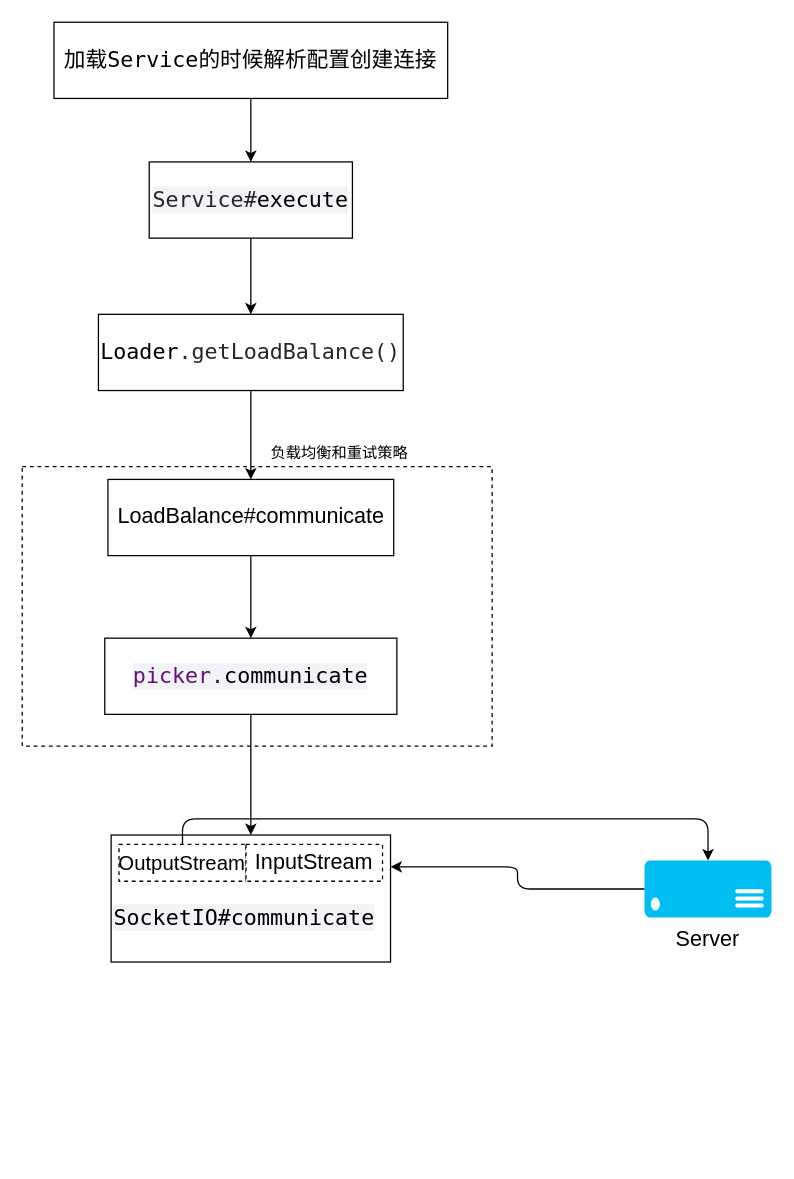
small-steps/images keeps this draw.io diagram as 解密流程.drawio. Above is the earlier version. Source tidied: cells renumbered, new cells numbered last; positions are measured from the earlier drawing's top-left corner, leaving out a move shared by most shapes. Both pictures are drawn from the tidied source at 127%, with x=0, y=0 at pixel (22, 22).
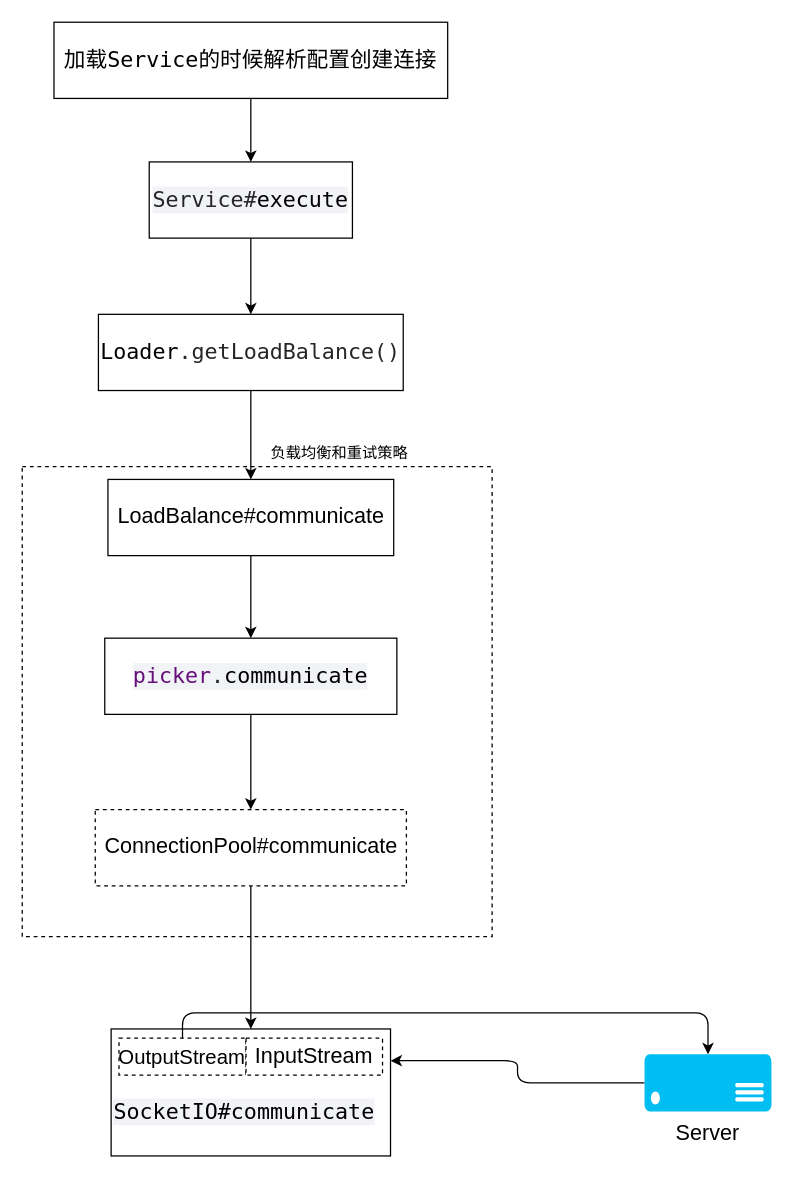
The same page after the edit.

Commit message:
更新解密流程.drawio

Unchanged cells that the change refers to:
```xml
<mxCell id="12" value="&lt;pre style=&quot;background-color: #f2f3f7 ; color: #262626 ; font-family: &amp;#34;dejavu sans mono&amp;#34; , monospace ; font-size: 12.8pt&quot;&gt;&lt;span style=&quot;color: #660e7a&quot;&gt;picker&lt;/span&gt;.&lt;span style=&quot;color: #000000&quot;&gt;communicate&lt;/span&gt;&lt;/pre&gt;" style="rounded=0;whiteSpace=wrap;html=1;sketch=0;" parent="1" vertex="1">
  <mxGeometry x="65" y="485" width="230" height="60" as="geometry" />
</mxCell>
<mxCell id="17" value="&lt;pre style=&quot;text-align: right ; background-color: rgb(242 , 243 , 247)&quot;&gt;&lt;font color=&quot;#262626&quot; face=&quot;DejaVu Sans Mono, monospace&quot;&gt;&lt;span style=&quot;font-size: 12.8pt&quot;&gt;&lt;br&gt;&lt;/span&gt;&lt;/font&gt;&lt;/pre&gt;" style="rounded=0;whiteSpace=wrap;html=1;sketch=0;" parent="16" vertex="1">
  <mxGeometry width="220" height="100" as="geometry" />
</mxCell>
```

What changed in the source:
```diff
@@
     <mxCell id="2" style="rounded=0;whiteSpace=wrap;html=1;sketch=0;dashed=1;" parent="1" vertex="1">
-      <mxGeometry y="350" width="370" height="220" as="geometry" />
+      <mxGeometry y="350" width="370" height="370" as="geometry" />
     </mxCell>
@@
-    <mxCell id="11" style="edgeStyle=orthogonalEdgeStyle;curved=0;rounded=1;sketch=0;jettySize=auto;html=1;" parent="1" edge="1" source="12" target="17">
-      <mxGeometry relative="1" as="geometry" />
-    </mxCell>
+    <mxCell id="23" style="edgeStyle=orthogonalEdgeStyle;curved=0;rounded=1;sketch=0;jettySize=auto;html=1;entryX=0.5;entryY=0;entryDx=0;entryDy=0;fontSize=17;" parent="1" edge="1" source="12" target="25">
+      <mxGeometry relative="1" as="geometry" />
+    </mxCell>
@@
     <mxCell id="15" style="verticalLabelPosition=bottom;html=1;verticalAlign=top;align=center;strokeColor=none;fillColor=#00BEF2;shape=mxgraph.azure.server;rounded=0;dashed=1;sketch=0;" parent="1" vertex="1">
-      <mxGeometry x="490" y="660" width="100" height="45" as="geometry" />
+      <mxGeometry x="490" y="812.7" width="100" height="45" as="geometry" />
     </mxCell>
     <mxCell id="16" style="group;" parent="1" vertex="1">
-      <mxGeometry x="70" y="640" width="220" height="100" as="geometry" />
+      <mxGeometry x="70" y="792.7" width="220" height="100" as="geometry" />
     </mxCell>
@@
     <mxCell id="22" value="Server" style="text;html=1;strokeColor=none;fillColor=none;align=center;verticalAlign=middle;whiteSpace=wrap;rounded=0;dashed=1;sketch=0;fontSize=17;" parent="1" vertex="1">
-      <mxGeometry x="520" y="713" width="40" height="20" as="geometry" />
+      <mxGeometry x="520" y="865.7" width="40" height="20" as="geometry" />
     </mxCell>
+    <mxCell id="24" style="edgeStyle=orthogonalEdgeStyle;curved=0;rounded=1;sketch=0;jettySize=auto;html=1;entryX=0.5;entryY=0;entryDx=0;entryDy=0;fontSize=17;" parent="1" edge="1" source="25" target="17">
+      <mxGeometry relative="1" as="geometry" />
+    </mxCell>
+    <mxCell id="25" value="ConnectionPool#communicate" style="rounded=0;whiteSpace=wrap;html=1;dashed=1;sketch=0;fontSize=17;" parent="1" vertex="1">
+      <mxGeometry x="57.5" y="620" width="245" height="60" as="geometry" />
+    </mxCell>
```
